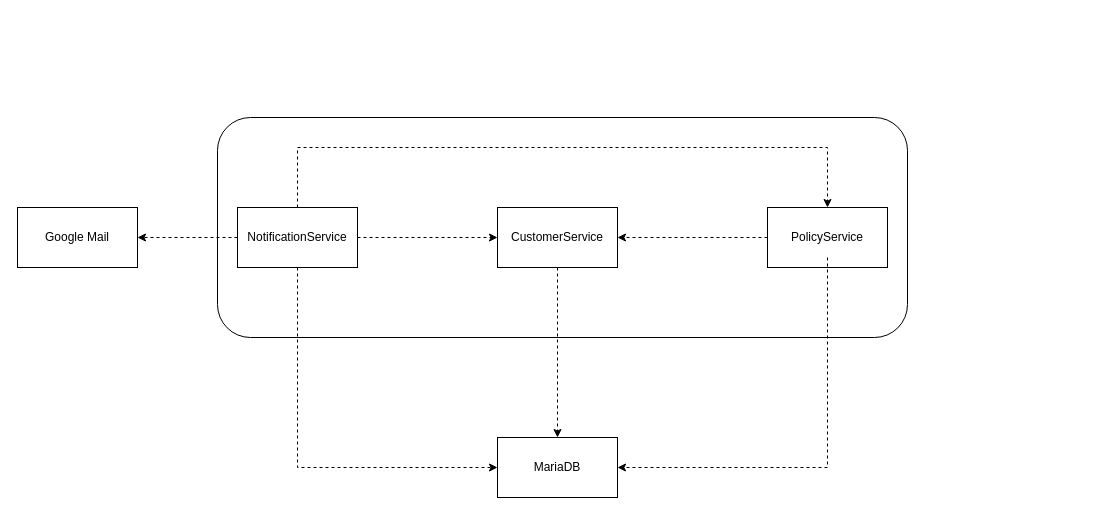
Earlier version of the draw.io diagram RDA/Arc42-Images/Layer 1.drawio (danieland2606/Bachelorprojekt). Source tidied: cells renumbered, new cells numbered last; positions are measured from the earlier drawing's top-left corner, leaving out a move shared by most shapes. Both pictures are drawn from the tidied source at 100%, with x=0, y=0 at pixel (17, 117).
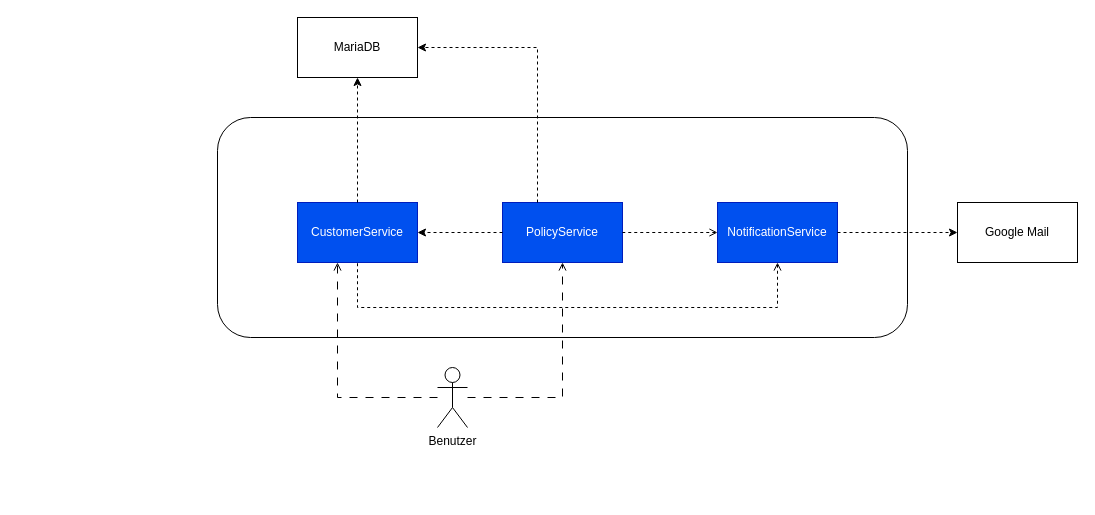
Above is the later version.

Change to the diagram source:
```diff
@@
-    <mxCell id="3" value="CustomerService" style="rounded=0;whiteSpace=wrap;html=1;" parent="1" vertex="1">
-      <mxGeometry x="480" y="90" width="120" height="60" as="geometry" />
+    <mxCell id="3" value="CustomerService" style="rounded=0;whiteSpace=wrap;html=1;fillColor=#0050ef;fontColor=#ffffff;strokeColor=#001DBC;" parent="1" vertex="1">
+      <mxGeometry x="280" y="85" width="120" height="60" as="geometry" />
     </mxCell>
-    <mxCell id="4" value="NotificationService" style="whiteSpace=wrap;html=1;" parent="1" vertex="1">
-      <mxGeometry x="220" y="90" width="120" height="60" as="geometry" />
+    <mxCell id="4" value="NotificationService" style="whiteSpace=wrap;html=1;fillColor=#0050ef;fontColor=#ffffff;strokeColor=#001DBC;" parent="1" vertex="1">
+      <mxGeometry x="700" y="85" width="120" height="60" as="geometry" />
     </mxCell>
-    <mxCell id="5" value="PolicyService" style="whiteSpace=wrap;html=1;" parent="1" vertex="1">
-      <mxGeometry x="750" y="90" width="120" height="60" as="geometry" />
+    <mxCell id="5" value="PolicyService" style="whiteSpace=wrap;html=1;fillColor=#0050ef;fontColor=#ffffff;strokeColor=#001DBC;" parent="1" vertex="1">
+      <mxGeometry x="485" y="85" width="120" height="60" as="geometry" />
     </mxCell>
     <mxCell id="6" value="MariaDB" style="whiteSpace=wrap;html=1;" parent="1" vertex="1">
-      <mxGeometry x="480" y="320" width="120" height="60" as="geometry" />
+      <mxGeometry x="280" y="-100" width="120" height="60" as="geometry" />
     </mxCell>
     <mxCell id="7" value="Google Mail" style="whiteSpace=wrap;html=1;" parent="1" vertex="1">
-      <mxGeometry y="90" width="120" height="60" as="geometry" />
+      <mxGeometry x="940" y="85" width="120" height="60" as="geometry" />
     </mxCell>
@@
-    <mxCell id="9" style="endArrow=classic;html=1;rounded=0;dashed=1;entryX=0;entryY=0.5;entryDx=0;entryDy=0;exitX=1;exitY=0.5;exitDx=0;exitDy=0;" parent="1" edge="1" source="4" target="3">
-      <mxGeometry relative="1" as="geometry" />
+    <mxCell id="9" style="endArrow=none;html=1;rounded=0;dashed=1;startArrow=open;startFill=0;endFill=0;edgeStyle=orthogonalEdgeStyle;" parent="1" edge="1" source="4" target="3">
+      <mxGeometry relative="1" as="geometry">
+        <Array as="points">
+          <mxPoint x="760" y="190" />
+          <mxPoint x="340" y="190" />
+        </Array>
+      </mxGeometry>
     </mxCell>
-    <mxCell id="10" style="endArrow=classic;html=1;rounded=0;dashed=1;exitX=0.5;exitY=0;exitDx=0;exitDy=0;" parent="1" edge="1" source="4" target="5">
-      <mxGeometry relative="1" as="geometry">
-        <Array as="points">
-          <mxPoint x="280" y="30" />
-          <mxPoint x="540" y="30" />
-          <mxPoint x="810" y="30" />
-        </Array>
-      </mxGeometry>
+    <mxCell id="10" style="endArrow=none;html=1;rounded=0;dashed=1;startArrow=open;startFill=0;endFill=0;" parent="1" edge="1" source="4" target="5">
+      <mxGeometry relative="1" as="geometry" />
     </mxCell>
-    <mxCell id="11" style="endArrow=classic;html=1;rounded=0;dashed=1;exitX=0.5;exitY=1;exitDx=0;exitDy=0;" parent="1" edge="1" source="3" target="6">
+    <mxCell id="11" style="endArrow=classic;html=1;rounded=0;dashed=1;edgeStyle=orthogonalEdgeStyle;" parent="1" edge="1" source="3" target="6">
       <mxGeometry relative="1" as="geometry" />
     </mxCell>
-    <mxCell id="12" style="endArrow=classic;html=1;rounded=0;dashed=1;entryX=1;entryY=0.5;entryDx=0;entryDy=0;" parent="1" edge="1" target="6">
+    <mxCell id="12" style="endArrow=classic;html=1;rounded=0;dashed=1;entryX=1;entryY=0.5;entryDx=0;entryDy=0;edgeStyle=orthogonalEdgeStyle;" parent="1" edge="1" source="5" target="6">
       <mxGeometry relative="1" as="geometry">
-        <mxPoint x="810" y="140" as="sourcePoint" />
         <Array as="points">
-          <mxPoint x="810" y="350" />
+          <mxPoint x="520" y="-70" />
         </Array>
       </mxGeometry>
     </mxCell>
-    <mxCell id="13" style="endArrow=classic;html=1;rounded=0;dashed=1;exitX=0.5;exitY=1;exitDx=0;exitDy=0;entryX=0;entryY=0.5;entryDx=0;entryDy=0;" parent="1" edge="1" source="4" target="6">
-      <mxGeometry relative="1" as="geometry">
-        <Array as="points">
-          <mxPoint x="280" y="350" />
-        </Array>
-      </mxGeometry>
-    </mxCell>
-    <mxCell id="14" style="endArrow=classic;html=1;rounded=0;dashed=1;exitX=0;exitY=0.5;exitDx=0;exitDy=0;" parent="1" edge="1" source="4" target="7">
+    <mxCell id="14" style="endArrow=classic;html=1;rounded=0;dashed=1;" parent="1" edge="1" source="4" target="7">
       <mxGeometry relative="1" as="geometry" />
     </mxCell>
+    <mxCell id="15" style="edgeStyle=orthogonalEdgeStyle;rounded=0;jettySize=auto;html=1;dashed=1;dashPattern=8 8;endArrow=open;endFill=0;" parent="1" edge="1" source="17" target="3">
+      <mxGeometry relative="1" as="geometry">
+        <Array as="points">
+          <mxPoint x="320" y="280" />
+        </Array>
+      </mxGeometry>
+    </mxCell>
+    <mxCell id="16" style="edgeStyle=orthogonalEdgeStyle;rounded=0;jettySize=auto;html=1;dashed=1;dashPattern=8 8;endArrow=open;endFill=0;" parent="1" edge="1" source="17" target="5">
+      <mxGeometry relative="1" as="geometry" />
+    </mxCell>
+    <mxCell id="17" value="Benutzer" style="shape=umlActor;verticalLabelPosition=bottom;verticalAlign=top;html=1;outlineConnect=0;" parent="1" vertex="1">
+      <mxGeometry x="420" y="250" width="30" height="60" as="geometry" />
+    </mxCell>
```
